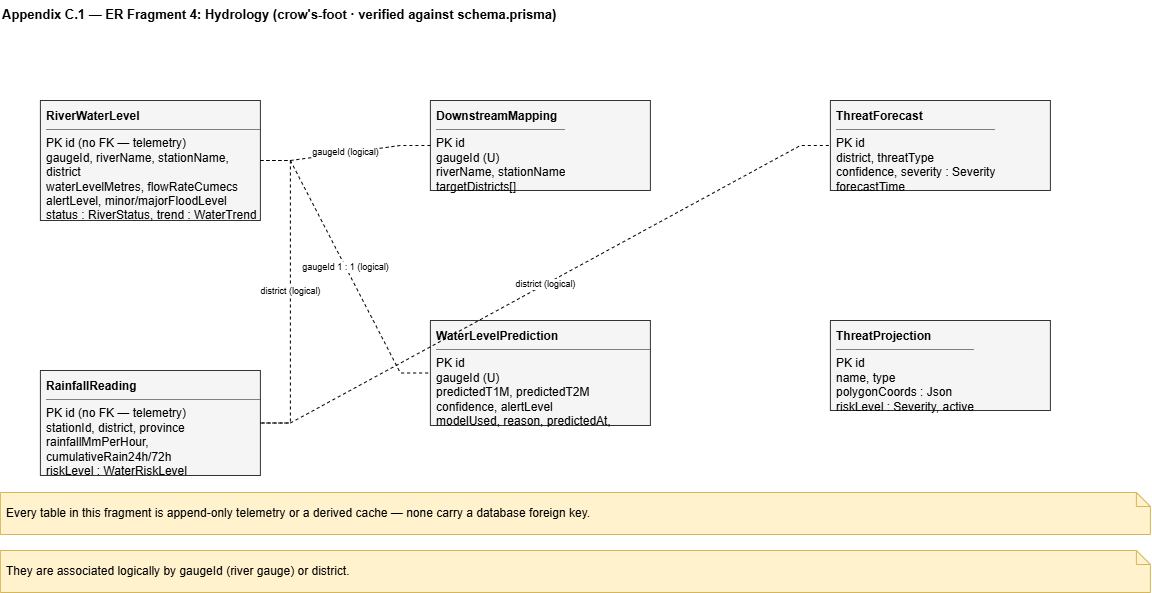
This is research-report-source/diagrams/pngs/Appendix_C.1_ER_Fragment_04_Hydrology.drawio.png from DeshanDV1003/Suraksha---Web-App, a draw.io export, as it was before one commit. Source tidied: cells renumbered, new cells last; positions are measured from the earlier drawing's top-left corner, leaving out a move shared by most shapes. Source of this version:
```xml
<mxGraphModel>
  <root>
    <mxCell id="0" />
    <mxCell id="1" parent="0" />
    <mxCell id="2" value="Appendix C.1 — ER Fragment 4: Hydrology   (crow's-foot · verified against schema.prisma)" style="text;html=1;fontStyle=1;fontSize=13;align=left;" parent="1" vertex="1">
      <mxGeometry width="1150" height="24" as="geometry" />
    </mxCell>
    <mxCell id="3" value="&lt;b&gt;RiverWaterLevel&lt;/b&gt;&lt;hr size=&quot;1&quot; noshade&gt;PK id  (no FK — telemetry)&lt;br&gt;gaugeId, riverName, stationName, district&lt;br&gt;waterLevelMetres, flowRateCumecs&lt;br&gt;alertLevel, minor/majorFloodLevel&lt;br&gt;status : RiverStatus, trend : WaterTrend&lt;br&gt;recordedAt, fetchedAt, source" style="rounded=0;whiteSpace=wrap;html=1;fillColor=#f5f5f5;strokeColor=#333333;align=left;verticalAlign=top;spacingLeft=4;spacingTop=2;overflow=hidden;" parent="1" vertex="1">
      <mxGeometry x="40" y="100" width="220" height="120" as="geometry" />
    </mxCell>
    <mxCell id="4" value="&lt;b&gt;RainfallReading&lt;/b&gt;&lt;hr size=&quot;1&quot; noshade&gt;PK id  (no FK — telemetry)&lt;br&gt;stationId, district, province&lt;br&gt;rainfallMmPerHour, cumulativeRain24h/72h&lt;br&gt;riskLevel : WaterRiskLevel&lt;br&gt;recordedAt, fetchedAt, source" style="rounded=0;whiteSpace=wrap;html=1;fillColor=#f5f5f5;strokeColor=#333333;align=left;verticalAlign=top;spacingLeft=4;spacingTop=2;overflow=hidden;" parent="1" vertex="1">
      <mxGeometry x="40" y="370" width="220" height="105" as="geometry" />
    </mxCell>
    <mxCell id="5" value="&lt;b&gt;DownstreamMapping&lt;/b&gt;&lt;hr size=&quot;1&quot; noshade&gt;PK id&lt;br&gt;gaugeId (U)&lt;br&gt;riverName, stationName&lt;br&gt;targetDistricts[]" style="rounded=0;whiteSpace=wrap;html=1;fillColor=#f5f5f5;strokeColor=#333333;align=left;verticalAlign=top;spacingLeft=4;spacingTop=2;overflow=hidden;" parent="1" vertex="1">
      <mxGeometry x="430" y="100" width="220" height="90" as="geometry" />
    </mxCell>
    <mxCell id="6" value="&lt;b&gt;WaterLevelPrediction&lt;/b&gt;&lt;hr size=&quot;1&quot; noshade&gt;PK id&lt;br&gt;gaugeId (U)&lt;br&gt;predictedT1M, predictedT2M&lt;br&gt;confidence, alertLevel&lt;br&gt;modelUsed, reason, predictedAt, computedAt" style="rounded=0;whiteSpace=wrap;html=1;fillColor=#f5f5f5;strokeColor=#333333;align=left;verticalAlign=top;spacingLeft=4;spacingTop=2;overflow=hidden;" parent="1" vertex="1">
      <mxGeometry x="430" y="320" width="220" height="105" as="geometry" />
    </mxCell>
    <mxCell id="7" value="&lt;b&gt;ThreatForecast&lt;/b&gt;&lt;hr size=&quot;1&quot; noshade&gt;PK id&lt;br&gt;district, threatType&lt;br&gt;confidence, severity : Severity&lt;br&gt;forecastTime" style="rounded=0;whiteSpace=wrap;html=1;fillColor=#f5f5f5;strokeColor=#333333;align=left;verticalAlign=top;spacingLeft=4;spacingTop=2;overflow=hidden;" parent="1" vertex="1">
      <mxGeometry x="830" y="100" width="220" height="90" as="geometry" />
    </mxCell>
    <mxCell id="8" value="&lt;b&gt;ThreatProjection&lt;/b&gt;&lt;hr size=&quot;1&quot; noshade&gt;PK id&lt;br&gt;name, type&lt;br&gt;polygonCoords : Json&lt;br&gt;riskLevel : Severity, active" style="rounded=0;whiteSpace=wrap;html=1;fillColor=#f5f5f5;strokeColor=#333333;align=left;verticalAlign=top;spacingLeft=4;spacingTop=2;overflow=hidden;" parent="1" vertex="1">
      <mxGeometry x="830" y="320" width="220" height="90" as="geometry" />
    </mxCell>
    <mxCell id="9" value="gaugeId  (logical)" style="edgeStyle=entityRelationEdgeStyle;rounded=0;html=1;fontSize=9;dashed=1;startArrow=none;endArrow=none;" parent="1" edge="1" source="3" target="5">
      <mxGeometry relative="1" as="geometry" />
    </mxCell>
    <mxCell id="10" value="gaugeId  1 : 1  (logical)" style="edgeStyle=entityRelationEdgeStyle;rounded=0;html=1;fontSize=9;dashed=1;startArrow=none;endArrow=none;" parent="1" edge="1" source="3" target="6">
      <mxGeometry relative="1" as="geometry" />
    </mxCell>
    <mxCell id="11" value="district  (logical)" style="edgeStyle=entityRelationEdgeStyle;rounded=0;html=1;fontSize=9;dashed=1;startArrow=none;endArrow=none;" parent="1" edge="1" source="3" target="4">
      <mxGeometry relative="1" as="geometry" />
    </mxCell>
    <mxCell id="12" value="district  (logical)" style="edgeStyle=entityRelationEdgeStyle;rounded=0;html=1;fontSize=9;dashed=1;startArrow=none;endArrow=none;" parent="1" edge="1" source="4" target="7">
      <mxGeometry relative="1" as="geometry" />
    </mxCell>
    <mxCell id="13" value="Every table in this fragment is append-only telemetry or a derived cache — none carry a database foreign key." style="shape=note;whiteSpace=wrap;html=1;fillColor=#fff2cc;strokeColor=#d6b656;size=14;align=left;spacingLeft=4;" parent="1" vertex="1">
      <mxGeometry y="492" width="1150" height="42" as="geometry" />
    </mxCell>
    <mxCell id="14" value="They are associated logically by gaugeId (river gauge) or district." style="shape=note;whiteSpace=wrap;html=1;fillColor=#fff2cc;strokeColor=#d6b656;size=14;align=left;spacingLeft=4;" parent="1" vertex="1">
      <mxGeometry y="550" width="1150" height="42" as="geometry" />
    </mxCell>
  </root>
</mxGraphModel>
```
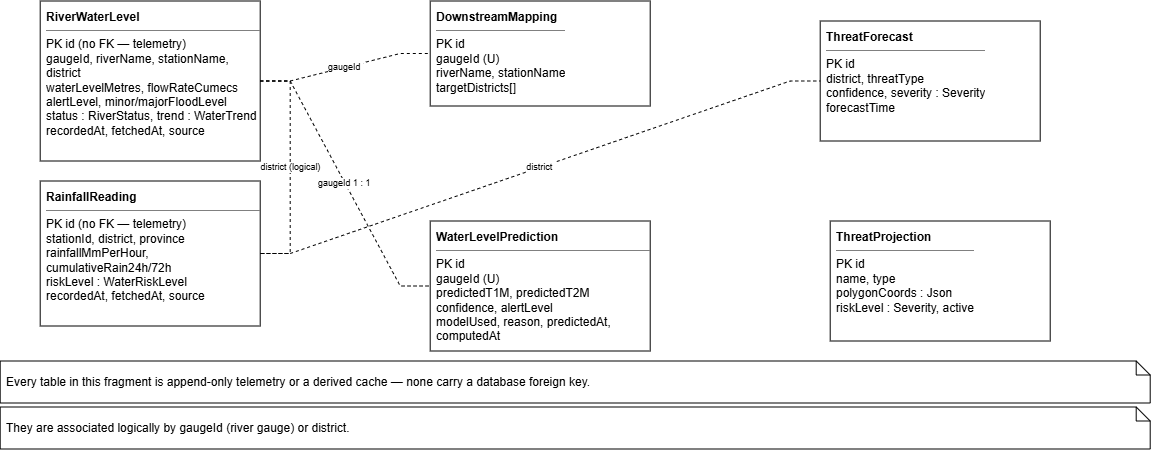
The same diagram one commit later.

The edit, as a diff of the source:
```diff
@@ -2,44 +2,41 @@
   <root>
     <mxCell id="0" />
     <mxCell id="1" parent="0" />
-    <mxCell id="2" value="Appendix C.1 — ER Fragment 4: Hydrology   (crow's-foot · verified against schema.prisma)" style="text;html=1;fontStyle=1;fontSize=13;align=left;" parent="1" vertex="1">
-      <mxGeometry width="1150" height="24" as="geometry" />
-    </mxCell>
-    <mxCell id="3" value="&lt;b&gt;RiverWaterLevel&lt;/b&gt;&lt;hr size=&quot;1&quot; noshade&gt;PK id  (no FK — telemetry)&lt;br&gt;gaugeId, riverName, stationName, district&lt;br&gt;waterLevelMetres, flowRateCumecs&lt;br&gt;alertLevel, minor/majorFloodLevel&lt;br&gt;status : RiverStatus, trend : WaterTrend&lt;br&gt;recordedAt, fetchedAt, source" style="rounded=0;whiteSpace=wrap;html=1;fillColor=#f5f5f5;strokeColor=#333333;align=left;verticalAlign=top;spacingLeft=4;spacingTop=2;overflow=hidden;" parent="1" vertex="1">
-      <mxGeometry x="40" y="100" width="220" height="120" as="geometry" />
+    <mxCell id="3" value="&lt;b&gt;RiverWaterLevel&lt;/b&gt;&lt;hr size=&quot;1&quot; noshade&gt;PK id  (no FK — telemetry)&lt;br&gt;gaugeId, riverName, stationName, district&lt;br&gt;waterLevelMetres, flowRateCumecs&lt;br&gt;alertLevel, minor/majorFloodLevel&lt;br&gt;status : RiverStatus, trend : WaterTrend&lt;br&gt;recordedAt, fetchedAt, source" style="rounded=0;whiteSpace=wrap;html=1;align=left;verticalAlign=top;spacingLeft=4;spacingTop=2;overflow=hidden;" parent="1" vertex="1">
+      <mxGeometry x="40" y="100" width="220" height="160" as="geometry" />
     </mxCell>
-    <mxCell id="4" value="&lt;b&gt;RainfallReading&lt;/b&gt;&lt;hr size=&quot;1&quot; noshade&gt;PK id  (no FK — telemetry)&lt;br&gt;stationId, district, province&lt;br&gt;rainfallMmPerHour, cumulativeRain24h/72h&lt;br&gt;riskLevel : WaterRiskLevel&lt;br&gt;recordedAt, fetchedAt, source" style="rounded=0;whiteSpace=wrap;html=1;fillColor=#f5f5f5;strokeColor=#333333;align=left;verticalAlign=top;spacingLeft=4;spacingTop=2;overflow=hidden;" parent="1" vertex="1">
-      <mxGeometry x="40" y="370" width="220" height="105" as="geometry" />
+    <mxCell id="4" value="&lt;b&gt;RainfallReading&lt;/b&gt;&lt;hr size=&quot;1&quot; noshade&gt;PK id  (no FK — telemetry)&lt;br&gt;stationId, district, province&lt;br&gt;rainfallMmPerHour, cumulativeRain24h/72h&lt;br&gt;riskLevel : WaterRiskLevel&lt;br&gt;recordedAt, fetchedAt, source" style="rounded=0;whiteSpace=wrap;html=1;align=left;verticalAlign=top;spacingLeft=4;spacingTop=2;overflow=hidden;" parent="1" vertex="1">
+      <mxGeometry x="40" y="280" width="220" height="145" as="geometry" />
     </mxCell>
-    <mxCell id="5" value="&lt;b&gt;DownstreamMapping&lt;/b&gt;&lt;hr size=&quot;1&quot; noshade&gt;PK id&lt;br&gt;gaugeId (U)&lt;br&gt;riverName, stationName&lt;br&gt;targetDistricts[]" style="rounded=0;whiteSpace=wrap;html=1;fillColor=#f5f5f5;strokeColor=#333333;align=left;verticalAlign=top;spacingLeft=4;spacingTop=2;overflow=hidden;" parent="1" vertex="1">
-      <mxGeometry x="430" y="100" width="220" height="90" as="geometry" />
+    <mxCell id="5" value="&lt;b&gt;DownstreamMapping&lt;/b&gt;&lt;hr size=&quot;1&quot; noshade&gt;PK id&lt;br&gt;gaugeId (U)&lt;br&gt;riverName, stationName&lt;br&gt;targetDistricts[]" style="rounded=0;whiteSpace=wrap;html=1;align=left;verticalAlign=top;spacingLeft=4;spacingTop=2;overflow=hidden;" parent="1" vertex="1">
+      <mxGeometry x="430" y="100" width="220" height="105" as="geometry" />
     </mxCell>
-    <mxCell id="6" value="&lt;b&gt;WaterLevelPrediction&lt;/b&gt;&lt;hr size=&quot;1&quot; noshade&gt;PK id&lt;br&gt;gaugeId (U)&lt;br&gt;predictedT1M, predictedT2M&lt;br&gt;confidence, alertLevel&lt;br&gt;modelUsed, reason, predictedAt, computedAt" style="rounded=0;whiteSpace=wrap;html=1;fillColor=#f5f5f5;strokeColor=#333333;align=left;verticalAlign=top;spacingLeft=4;spacingTop=2;overflow=hidden;" parent="1" vertex="1">
-      <mxGeometry x="430" y="320" width="220" height="105" as="geometry" />
+    <mxCell id="6" value="&lt;b&gt;WaterLevelPrediction&lt;/b&gt;&lt;hr size=&quot;1&quot; noshade&gt;PK id&lt;br&gt;gaugeId (U)&lt;br&gt;predictedT1M, predictedT2M&lt;br&gt;confidence, alertLevel&lt;br&gt;modelUsed, reason, predictedAt, computedAt" style="rounded=0;whiteSpace=wrap;html=1;align=left;verticalAlign=top;spacingLeft=4;spacingTop=2;overflow=hidden;" parent="1" vertex="1">
+      <mxGeometry x="430" y="320" width="220" height="130" as="geometry" />
     </mxCell>
-    <mxCell id="7" value="&lt;b&gt;ThreatForecast&lt;/b&gt;&lt;hr size=&quot;1&quot; noshade&gt;PK id&lt;br&gt;district, threatType&lt;br&gt;confidence, severity : Severity&lt;br&gt;forecastTime" style="rounded=0;whiteSpace=wrap;html=1;fillColor=#f5f5f5;strokeColor=#333333;align=left;verticalAlign=top;spacingLeft=4;spacingTop=2;overflow=hidden;" parent="1" vertex="1">
-      <mxGeometry x="830" y="100" width="220" height="90" as="geometry" />
+    <mxCell id="7" value="&lt;b&gt;ThreatForecast&lt;/b&gt;&lt;hr size=&quot;1&quot; noshade&gt;PK id&lt;br&gt;district, threatType&lt;br&gt;confidence, severity : Severity&lt;br&gt;forecastTime" style="rounded=0;whiteSpace=wrap;html=1;align=left;verticalAlign=top;spacingLeft=4;spacingTop=2;overflow=hidden;" parent="1" vertex="1">
+      <mxGeometry x="820" y="120" width="220" height="120" as="geometry" />
     </mxCell>
-    <mxCell id="8" value="&lt;b&gt;ThreatProjection&lt;/b&gt;&lt;hr size=&quot;1&quot; noshade&gt;PK id&lt;br&gt;name, type&lt;br&gt;polygonCoords : Json&lt;br&gt;riskLevel : Severity, active" style="rounded=0;whiteSpace=wrap;html=1;fillColor=#f5f5f5;strokeColor=#333333;align=left;verticalAlign=top;spacingLeft=4;spacingTop=2;overflow=hidden;" parent="1" vertex="1">
-      <mxGeometry x="830" y="320" width="220" height="90" as="geometry" />
+    <mxCell id="8" value="&lt;b&gt;ThreatProjection&lt;/b&gt;&lt;hr size=&quot;1&quot; noshade&gt;PK id&lt;br&gt;name, type&lt;br&gt;polygonCoords : Json&lt;br&gt;riskLevel : Severity, active" style="rounded=0;whiteSpace=wrap;html=1;align=left;verticalAlign=top;spacingLeft=4;spacingTop=2;overflow=hidden;" parent="1" vertex="1">
+      <mxGeometry x="830" y="320" width="220" height="120" as="geometry" />
     </mxCell>
-    <mxCell id="9" value="gaugeId  (logical)" style="edgeStyle=entityRelationEdgeStyle;rounded=0;html=1;fontSize=9;dashed=1;startArrow=none;endArrow=none;" parent="1" edge="1" source="3" target="5">
+    <mxCell id="9" value="gaugeId&amp;nbsp;" style="edgeStyle=entityRelationEdgeStyle;rounded=0;html=1;fontSize=9;dashed=1;startArrow=none;endArrow=none;" parent="1" edge="1" source="3" target="5">
       <mxGeometry relative="1" as="geometry" />
     </mxCell>
-    <mxCell id="10" value="gaugeId  1 : 1  (logical)" style="edgeStyle=entityRelationEdgeStyle;rounded=0;html=1;fontSize=9;dashed=1;startArrow=none;endArrow=none;" parent="1" edge="1" source="3" target="6">
+    <mxCell id="10" value="gaugeId  1 : 1&amp;nbsp;" style="edgeStyle=entityRelationEdgeStyle;rounded=0;html=1;fontSize=9;dashed=1;startArrow=none;endArrow=none;" parent="1" edge="1" source="3" target="6">
       <mxGeometry relative="1" as="geometry" />
     </mxCell>
     <mxCell id="11" value="district  (logical)" style="edgeStyle=entityRelationEdgeStyle;rounded=0;html=1;fontSize=9;dashed=1;startArrow=none;endArrow=none;" parent="1" edge="1" source="3" target="4">
       <mxGeometry relative="1" as="geometry" />
     </mxCell>
-    <mxCell id="12" value="district  (logical)" style="edgeStyle=entityRelationEdgeStyle;rounded=0;html=1;fontSize=9;dashed=1;startArrow=none;endArrow=none;" parent="1" edge="1" source="4" target="7">
+    <mxCell id="12" value="district&amp;nbsp;" style="edgeStyle=entityRelationEdgeStyle;rounded=0;html=1;fontSize=9;dashed=1;startArrow=none;endArrow=none;" parent="1" edge="1" source="4" target="7">
       <mxGeometry relative="1" as="geometry" />
     </mxCell>
-    <mxCell id="13" value="Every table in this fragment is append-only telemetry or a derived cache — none carry a database foreign key." style="shape=note;whiteSpace=wrap;html=1;fillColor=#fff2cc;strokeColor=#d6b656;size=14;align=left;spacingLeft=4;" parent="1" vertex="1">
-      <mxGeometry y="492" width="1150" height="42" as="geometry" />
+    <mxCell id="13" value="Every table in this fragment is append-only telemetry or a derived cache — none carry a database foreign key." style="shape=note;whiteSpace=wrap;html=1;size=14;align=left;spacingLeft=4;" parent="1" vertex="1">
+      <mxGeometry y="460" width="1150" height="42" as="geometry" />
     </mxCell>
-    <mxCell id="14" value="They are associated logically by gaugeId (river gauge) or district." style="shape=note;whiteSpace=wrap;html=1;fillColor=#fff2cc;strokeColor=#d6b656;size=14;align=left;spacingLeft=4;" parent="1" vertex="1">
-      <mxGeometry y="550" width="1150" height="42" as="geometry" />
+    <mxCell id="14" value="They are associated logically by gaugeId (river gauge) or district." style="shape=note;whiteSpace=wrap;html=1;size=14;align=left;spacingLeft=4;" parent="1" vertex="1">
+      <mxGeometry y="506" width="1150" height="42" as="geometry" />
     </mxCell>
   </root>
 </mxGraphModel>
```
